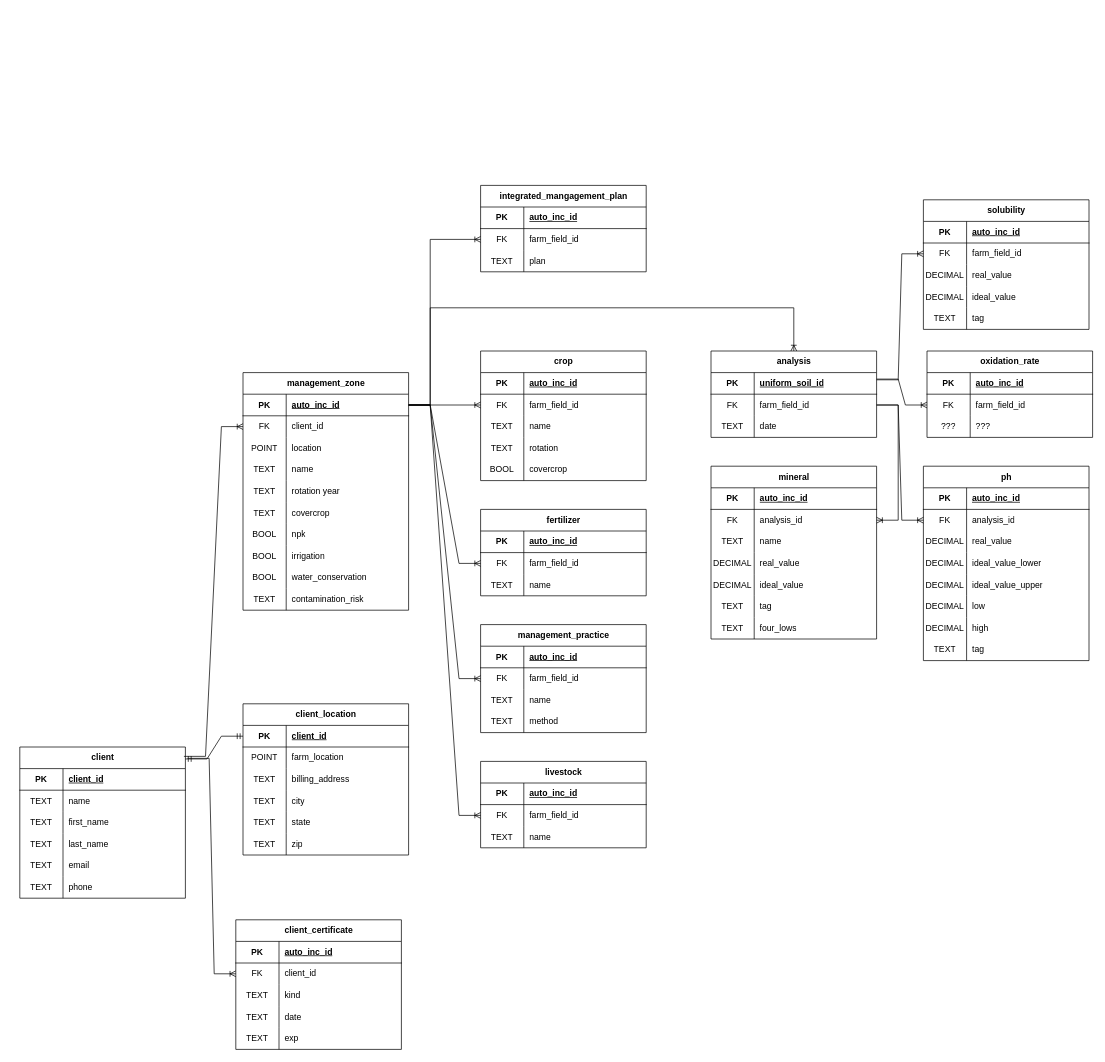
toddagriscience/psylocke keeps this draw.io diagram as diagrams/database_schema.drawio. Above is the earlier version. Source tidied: cells renumbered, new cells numbered last; positions are measured from the earlier drawing's top-left corner, leaving out a move shared by most shapes. Both pictures are drawn from the tidied source at 72%, with x=0, y=0 at pixel (19, 185).
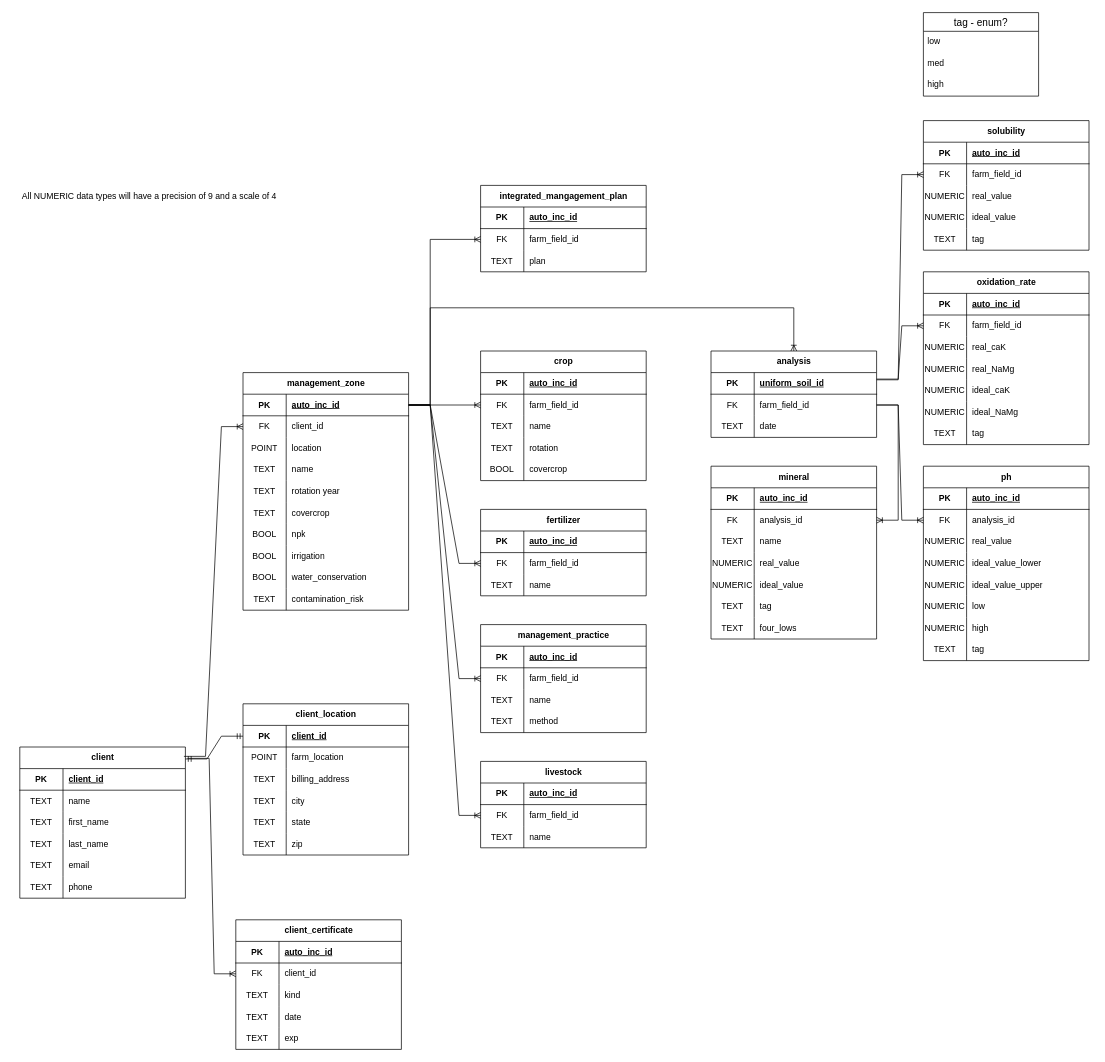
The same diagram, later.

Commit message (it also covers changes not shown here):
feat: updated diagram further

Unchanged cells that the change refers to:
```xml
<mxCell id="164" style="shape=tableRow;horizontal=0;startSize=0;swimlaneHead=0;swimlaneBody=0;fillColor=none;top=0;left=0;right=0;bottom=0;" parent="154" vertex="1">
  <mxGeometry y="120" width="230" height="30" as="geometry" />
</mxCell>
<mxCell id="167" style="shape=tableRow;horizontal=0;startSize=0;swimlaneHead=0;swimlaneBody=0;fillColor=none;top=0;left=0;right=0;bottom=0;" parent="154" vertex="1">
  <mxGeometry y="150" width="230" height="30" as="geometry" />
</mxCell>
<mxCell id="183" style="shape=tableRow;horizontal=0;startSize=0;swimlaneHead=0;swimlaneBody=0;fillColor=none;top=0;left=0;right=0;bottom=0;" parent="176" vertex="1">
  <mxGeometry y="90" width="230" height="30" as="geometry" />
</mxCell>
<mxCell id="186" style="shape=tableRow;horizontal=0;startSize=0;swimlaneHead=0;swimlaneBody=0;fillColor=none;top=0;left=0;right=0;bottom=0;" parent="176" vertex="1">
  <mxGeometry y="120" width="230" height="30" as="geometry" />
</mxCell>
<mxCell id="189" style="shape=tableRow;horizontal=0;startSize=0;swimlaneHead=0;swimlaneBody=0;fillColor=none;top=0;left=0;right=0;bottom=0;" parent="176" vertex="1">
  <mxGeometry y="150" width="230" height="30" as="geometry" />
</mxCell>
<mxCell id="192" style="shape=tableRow;horizontal=0;startSize=0;swimlaneHead=0;swimlaneBody=0;fillColor=none;top=0;left=0;right=0;bottom=0;" parent="176" vertex="1">
  <mxGeometry y="180" width="230" height="30" as="geometry" />
</mxCell>
<mxCell id="195" style="shape=tableRow;horizontal=0;startSize=0;swimlaneHead=0;swimlaneBody=0;fillColor=none;top=0;left=0;right=0;bottom=0;" parent="176" vertex="1">
  <mxGeometry y="210" width="230" height="30" as="geometry" />
</mxCell>
<mxCell id="210" style="shape=tableRow;horizontal=0;startSize=0;swimlaneHead=0;swimlaneBody=0;fillColor=none;top=0;left=0;right=0;bottom=0;" parent="203" vertex="1">
  <mxGeometry y="90" width="230" height="30" as="geometry" />
</mxCell>
<mxCell id="221" style="shape=tableRow;horizontal=0;startSize=0;swimlaneHead=0;swimlaneBody=0;fillColor=none;top=0;left=0;right=0;bottom=0;" parent="214" vertex="1">
  <mxGeometry y="90" width="230" height="30" as="geometry" />
</mxCell>
<mxCell id="224" style="shape=tableRow;horizontal=0;startSize=0;swimlaneHead=0;swimlaneBody=0;fillColor=none;top=0;left=0;right=0;bottom=0;" parent="214" vertex="1">
  <mxGeometry y="120" width="230" height="30" as="geometry" />
</mxCell>
```

The edit, as a diff of the source:
```diff
@@
-    <mxCell id="165" value="DECIMAL" style="shape=partialRectangle;fillColor=none;top=0;left=0;bottom=0;right=0;overflow=hidden;whiteSpace=wrap;html=1;" parent="164" vertex="1">
+    <mxCell id="165" value="NUMERIC" style="shape=partialRectangle;fillColor=none;top=0;left=0;bottom=0;right=0;overflow=hidden;whiteSpace=wrap;html=1;" parent="164" vertex="1">
       <mxGeometry width="60" height="30" as="geometry" />
     </mxCell>
@@
-    <mxCell id="168" value="DECIMAL" style="shape=partialRectangle;fillColor=none;top=0;left=0;bottom=0;right=0;overflow=hidden;whiteSpace=wrap;html=1;" parent="167" vertex="1">
+    <mxCell id="168" value="NUMERIC" style="shape=partialRectangle;fillColor=none;top=0;left=0;bottom=0;right=0;overflow=hidden;whiteSpace=wrap;html=1;" parent="167" vertex="1">
       <mxGeometry width="60" height="30" as="geometry" />
     </mxCell>
@@
-    <mxCell id="184" value="DECIMAL" style="shape=partialRectangle;fillColor=none;top=0;left=0;bottom=0;right=0;overflow=hidden;whiteSpace=wrap;html=1;" parent="183" vertex="1">
+    <mxCell id="184" value="NUMERIC" style="shape=partialRectangle;fillColor=none;top=0;left=0;bottom=0;right=0;overflow=hidden;whiteSpace=wrap;html=1;" parent="183" vertex="1">
       <mxGeometry width="60" height="30" as="geometry" />
     </mxCell>
@@
-    <mxCell id="187" value="DECIMAL" style="shape=partialRectangle;fillColor=none;top=0;left=0;bottom=0;right=0;overflow=hidden;whiteSpace=wrap;html=1;" parent="186" vertex="1">
+    <mxCell id="187" value="NUMERIC" style="shape=partialRectangle;fillColor=none;top=0;left=0;bottom=0;right=0;overflow=hidden;whiteSpace=wrap;html=1;" parent="186" vertex="1">
       <mxGeometry width="60" height="30" as="geometry" />
     </mxCell>
@@
-    <mxCell id="190" value="DECIMAL" style="shape=partialRectangle;fillColor=none;top=0;left=0;bottom=0;right=0;overflow=hidden;whiteSpace=wrap;html=1;" parent="189" vertex="1">
+    <mxCell id="190" value="NUMERIC" style="shape=partialRectangle;fillColor=none;top=0;left=0;bottom=0;right=0;overflow=hidden;whiteSpace=wrap;html=1;" parent="189" vertex="1">
       <mxGeometry width="60" height="30" as="geometry" />
     </mxCell>
@@
-    <mxCell id="193" value="DECIMAL" style="shape=partialRectangle;fillColor=none;top=0;left=0;bottom=0;right=0;overflow=hidden;whiteSpace=wrap;html=1;" parent="192" vertex="1">
+    <mxCell id="193" value="NUMERIC" style="shape=partialRectangle;fillColor=none;top=0;left=0;bottom=0;right=0;overflow=hidden;whiteSpace=wrap;html=1;" parent="192" vertex="1">
       <mxGeometry width="60" height="30" as="geometry" />
     </mxCell>
@@
-    <mxCell id="196" value="DECIMAL" style="shape=partialRectangle;fillColor=none;top=0;left=0;bottom=0;right=0;overflow=hidden;whiteSpace=wrap;html=1;" parent="195" vertex="1">
+    <mxCell id="196" value="NUMERIC" style="shape=partialRectangle;fillColor=none;top=0;left=0;bottom=0;right=0;overflow=hidden;whiteSpace=wrap;html=1;" parent="195" vertex="1">
       <mxGeometry width="60" height="30" as="geometry" />
     </mxCell>
@@
     <mxCell id="203" value="oxidation_rate" style="shape=table;startSize=30;childLayout=tableLayout;rowLines=0;fontStyle=1;align=center;html=1;" parent="1" vertex="1">
-      <mxGeometry x="1260" y="230" width="230" height="120" as="geometry" />
+      <mxGeometry x="1255" y="120" width="230" height="240" as="geometry" />
     </mxCell>
@@
-    <mxCell id="211" value="???" style="shape=partialRectangle;fillColor=none;top=0;left=0;bottom=0;right=0;overflow=hidden;whiteSpace=wrap;html=1;" parent="210" vertex="1">
+    <mxCell id="211" value="NUMERIC" style="shape=partialRectangle;fillColor=none;top=0;left=0;bottom=0;right=0;overflow=hidden;whiteSpace=wrap;html=1;" parent="210" vertex="1">
       <mxGeometry width="60" height="30" as="geometry" />
     </mxCell>
-    <mxCell id="212" value="???" style="shape=partialRectangle;fillColor=none;top=0;left=0;bottom=0;right=0;align=left;spacingLeft=6;overflow=hidden;whiteSpace=wrap;html=1;" parent="210" vertex="1">
+    <mxCell id="212" value="&lt;span style=&quot;text-align: center;&quot;&gt;real_caK&lt;/span&gt;" style="shape=partialRectangle;fillColor=none;top=0;left=0;bottom=0;right=0;align=left;spacingLeft=6;overflow=hidden;whiteSpace=wrap;html=1;" parent="210" vertex="1">
       <mxGeometry x="60" width="170" height="30" as="geometry" />
     </mxCell>
+    <mxCell id="242" style="shape=tableRow;horizontal=0;startSize=0;swimlaneHead=0;swimlaneBody=0;fillColor=none;top=0;left=0;right=0;bottom=0;" parent="203" vertex="1">
+      <mxGeometry y="120" width="230" height="30" as="geometry" />
+    </mxCell>
+    <mxCell id="243" value="NUMERIC" style="shape=partialRectangle;fillColor=none;top=0;left=0;bottom=0;right=0;overflow=hidden;whiteSpace=wrap;html=1;" parent="242" vertex="1">
+      <mxGeometry width="60" height="30" as="geometry" />
+    </mxCell>
+    <mxCell id="244" value="&lt;span style=&quot;text-align: center;&quot;&gt;real_NaMg&lt;/span&gt;" style="shape=partialRectangle;fillColor=none;top=0;left=0;bottom=0;right=0;align=left;spacingLeft=6;overflow=hidden;whiteSpace=wrap;html=1;" parent="242" vertex="1">
+      <mxGeometry x="60" width="170" height="30" as="geometry" />
+    </mxCell>
+    <mxCell id="245" style="shape=tableRow;horizontal=0;startSize=0;swimlaneHead=0;swimlaneBody=0;fillColor=none;top=0;left=0;right=0;bottom=0;" parent="203" vertex="1">
+      <mxGeometry y="150" width="230" height="30" as="geometry" />
+    </mxCell>
+    <mxCell id="246" value="NUMERIC" style="shape=partialRectangle;fillColor=none;top=0;left=0;bottom=0;right=0;overflow=hidden;whiteSpace=wrap;html=1;" parent="245" vertex="1">
+      <mxGeometry width="60" height="30" as="geometry" />
+    </mxCell>
+    <mxCell id="247" value="&lt;span style=&quot;text-align: center;&quot;&gt;ideal_caK&lt;/span&gt;" style="shape=partialRectangle;fillColor=none;top=0;left=0;bottom=0;right=0;align=left;spacingLeft=6;overflow=hidden;whiteSpace=wrap;html=1;" parent="245" vertex="1">
+      <mxGeometry x="60" width="170" height="30" as="geometry" />
+    </mxCell>
+    <mxCell id="248" style="shape=tableRow;horizontal=0;startSize=0;swimlaneHead=0;swimlaneBody=0;fillColor=none;top=0;left=0;right=0;bottom=0;" parent="203" vertex="1">
+      <mxGeometry y="180" width="230" height="30" as="geometry" />
+    </mxCell>
+    <mxCell id="249" value="NUMERIC" style="shape=partialRectangle;fillColor=none;top=0;left=0;bottom=0;right=0;overflow=hidden;whiteSpace=wrap;html=1;" parent="248" vertex="1">
+      <mxGeometry width="60" height="30" as="geometry" />
+    </mxCell>
+    <mxCell id="250" value="&lt;span style=&quot;text-align: center;&quot;&gt;ideal_NaMg&lt;/span&gt;" style="shape=partialRectangle;fillColor=none;top=0;left=0;bottom=0;right=0;align=left;spacingLeft=6;overflow=hidden;whiteSpace=wrap;html=1;" parent="248" vertex="1">
+      <mxGeometry x="60" width="170" height="30" as="geometry" />
+    </mxCell>
+    <mxCell id="251" style="shape=tableRow;horizontal=0;startSize=0;swimlaneHead=0;swimlaneBody=0;fillColor=none;top=0;left=0;right=0;bottom=0;" parent="203" vertex="1">
+      <mxGeometry y="210" width="230" height="30" as="geometry" />
+    </mxCell>
+    <mxCell id="252" value="TEXT" style="shape=partialRectangle;fillColor=none;top=0;left=0;bottom=0;right=0;overflow=hidden;whiteSpace=wrap;html=1;" parent="251" vertex="1">
+      <mxGeometry width="60" height="30" as="geometry" />
+    </mxCell>
+    <mxCell id="253" value="&lt;span style=&quot;text-align: center;&quot;&gt;tag&lt;/span&gt;" style="shape=partialRectangle;fillColor=none;top=0;left=0;bottom=0;right=0;align=left;spacingLeft=6;overflow=hidden;whiteSpace=wrap;html=1;" parent="251" vertex="1">
+      <mxGeometry x="60" width="170" height="30" as="geometry" />
+    </mxCell>
@@
     <mxCell id="214" value="solubility" style="shape=table;startSize=30;childLayout=tableLayout;rowLines=0;fontStyle=1;align=center;html=1;" parent="1" vertex="1">
-      <mxGeometry x="1255" y="20" width="230" height="180" as="geometry" />
+      <mxGeometry x="1255" y="-90" width="230" height="180" as="geometry" />
     </mxCell>
@@
-    <mxCell id="222" value="DECIMAL" style="shape=partialRectangle;fillColor=none;top=0;left=0;bottom=0;right=0;overflow=hidden;whiteSpace=wrap;html=1;" parent="221" vertex="1">
+    <mxCell id="222" value="NUMERIC" style="shape=partialRectangle;fillColor=none;top=0;left=0;bottom=0;right=0;overflow=hidden;whiteSpace=wrap;html=1;" parent="221" vertex="1">
       <mxGeometry width="60" height="30" as="geometry" />
     </mxCell>
@@
-    <mxCell id="225" value="DECIMAL" style="shape=partialRectangle;fillColor=none;top=0;left=0;bottom=0;right=0;overflow=hidden;whiteSpace=wrap;html=1;" parent="224" vertex="1">
+    <mxCell id="225" value="NUMERIC" style="shape=partialRectangle;fillColor=none;top=0;left=0;bottom=0;right=0;overflow=hidden;whiteSpace=wrap;html=1;" parent="224" vertex="1">
       <mxGeometry width="60" height="30" as="geometry" />
     </mxCell>
@@
+    <mxCell id="254" value="All NUMERIC data types will have a precision of 9 and a scale of 4" style="text;html=1;align=center;verticalAlign=middle;whiteSpace=wrap;rounded=0;" parent="1" vertex="1">
+      <mxGeometry x="-10" width="380" height="30" as="geometry" />
+    </mxCell>
+    <mxCell id="255" value="tag - enum?" style="swimlane;fontStyle=0;horizontal=1;startSize=26;align=center;fontSize=14;" parent="1" vertex="1">
+      <mxGeometry x="1255" y="-240" width="160" height="116" as="geometry" />
+    </mxCell>
+    <mxCell id="256" value="low" style="text;strokeColor=none;fillColor=none;spacingLeft=4;spacingRight=4;overflow=hidden;fontSize=12;whiteSpace=wrap;html=1;" parent="255" vertex="1">
+      <mxGeometry y="26" width="160" height="30" as="geometry" />
+    </mxCell>
+    <mxCell id="257" value="med" style="text;strokeColor=none;fillColor=none;spacingLeft=4;spacingRight=4;overflow=hidden;fontSize=12;whiteSpace=wrap;html=1;" parent="255" vertex="1">
+      <mxGeometry y="56" width="160" height="30" as="geometry" />
+    </mxCell>
+    <mxCell id="258" value="high" style="text;strokeColor=none;fillColor=none;spacingLeft=4;spacingRight=4;overflow=hidden;fontSize=12;whiteSpace=wrap;html=1;" parent="255" vertex="1">
+      <mxGeometry y="86" width="160" height="30" as="geometry" />
+    </mxCell>
```
